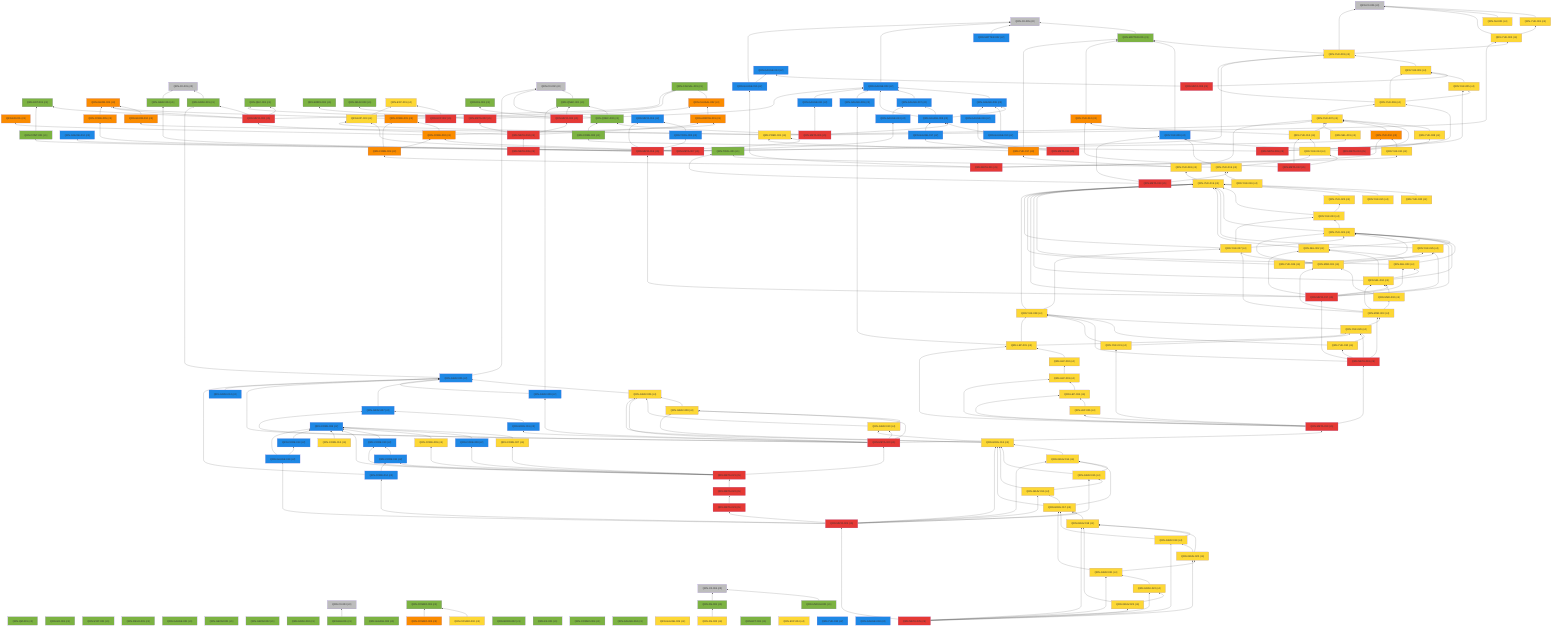
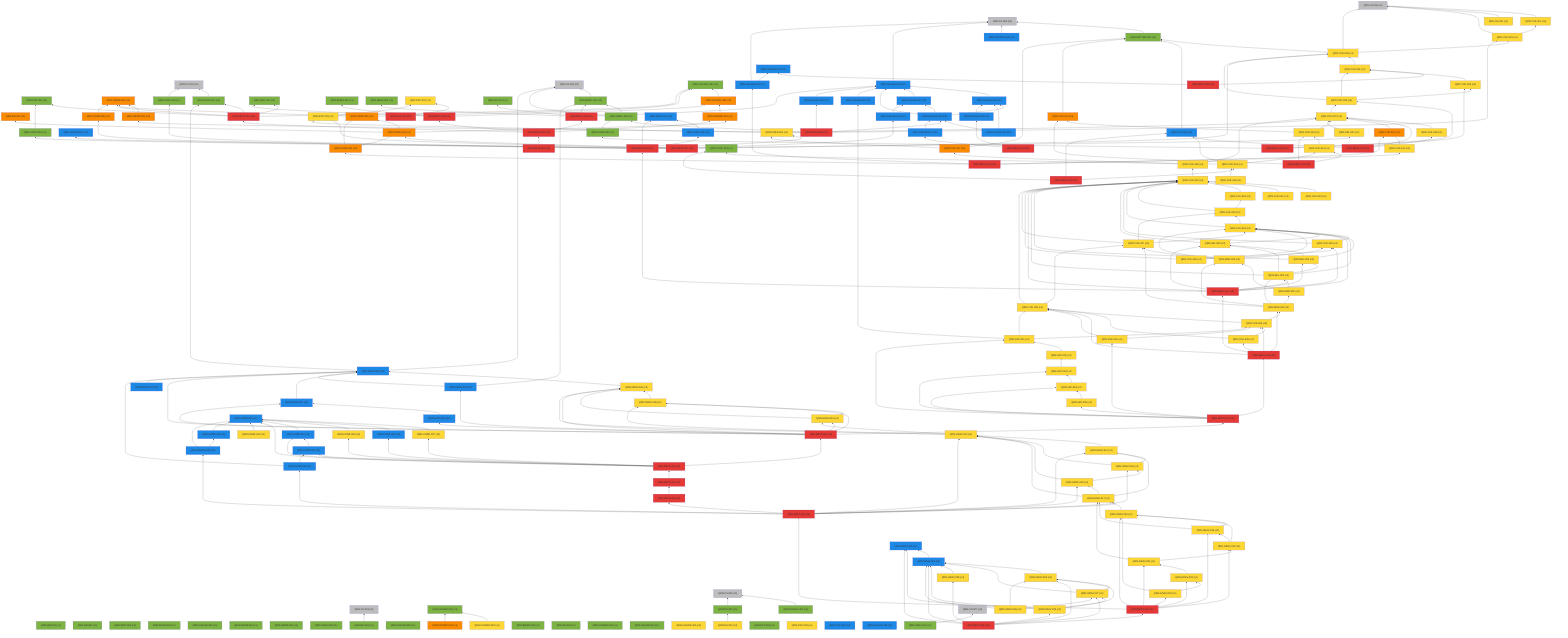
%% 自動生成 (dag/report.pl) — QRN 主張依存グラフ
graph BT
  QRN_C0_001["QRN-C0-001 (c0)"]:::c0
  QRN_C0_002["QRN-C0-002 (c0)"]:::c0
  QRN_C0_003["QRN-C0-003 (c0)"]:::c0
  QRN_C0_004["QRN-C0-004 (c0)"]:::c0
  QRN_C0_005["QRN-C0-005 (c0)"]:::c0
  QRN_C0_006["QRN-C0-006 (c0)"]:::c0
  QRN_QM_001["QRN-QM-001 (c1)"]:::c1
  QRN_GR_001["QRN-GR-001 (c1)"]:::c1
  QRN_STAT_001["QRN-STAT-001 (c1)"]:::c1
  QRN_FIELD_001["QRN-FIELD-001 (c1)"]:::c1
  QRN_GAUGE_001["QRN-GAUGE-001 (c1)"]:::c1
  QRN_ENT_001["QRN-ENT-001 (c1)"]:::c1
  QRN_GEOM_001["QRN-GEOM-001 (c1)"]:::c1
  QRN_GEOM_002["QRN-GEOM-002 (c1)"]:::c1
  QRN_GEOM_003["QRN-GEOM-003 (c3)"]:::c3
  QRN_GRAV_001["QRN-GRAV-001 (c1)"]:::c1
  QRN_GRAV_002["QRN-GRAV-002 (c1)"]:::c1
  QRN_BH_001["QRN-BH-001 (c1)"]:::c1
  QRN_CAUSAL_001["QRN-CAUSAL-001 (c1)"]:::c1
  QRN_CAUSAL_002["QRN-CAUSAL-002 (c3)"]:::c3
  QRN_ER_001["QRN-ER-001 (c3)"]:::c3
  QRN_QEC_001["QRN-QEC-001 (c1)"]:::c1
  QRN_GAUGE_002["QRN-GAUGE-002 (c1)"]:::c1
  QRN_COSMO_001["QRN-COSMO-001 (c1)"]:::c1
  QRN_COSMO_002["QRN-COSMO-002 (c4)"]:::c4
  QRN_COSMO_003["QRN-COSMO-003 (c3)"]:::c3
  QRN_BORN_001["QRN-BORN-001 (c1)"]:::c1
  QRN_BORN_002["QRN-BORN-002 (c1)"]:::c1
  QRN_GRAV_003["QRN-GRAV-003 (c1)"]:::c1
  QRN_KK_001["QRN-KK-001 (c1)"]:::c1
  QRN_MATTER_001["QRN-MATTER-001 (c1)"]:::c1
  QRN_MATTER_002["QRN-MATTER-002 (c2)"]:::c2
  QRN_COSMO_004["QRN-COSMO-004 (c1)"]:::c1
  QRN_EXP_001["QRN-EXP-001 (c4)"]:::c4
  QRN_GAUGE_003["QRN-GAUGE-003 (c2)"]:::c2
  QRN_GAUGE_004["QRN-GAUGE-004 (c1)"]:::c1
  QRN_GAUGE_005["QRN-GAUGE-005 (c4)"]:::c4
  QRN_YUK_001["QRN-YUK-001 (c4)"]:::c4
  QRN_RG_001["QRN-RG-001 (c1)"]:::c1
  QRN_UNRUH_001["QRN-UNRUH-001 (c1)"]:::c1
  QRN_QNEC_001["QRN-QNEC-001 (c1)"]:::c1
  QRN_NU_001["QRN-NU-001 (c4)"]:::c4
  QRN_GAUGE_006["QRN-GAUGE-006 (c2)"]:::c2
  QRN_DS_001["QRN-DS-001 (c1)"]:::c1
  QRN_DS_002["QRN-DS-002 (c4)"]:::c4
  QRN_ARROW_001["QRN-ARROW-001 (c3)"]:::c3
  QRN_GAUGE_007["QRN-GAUGE-007 (c2)"]:::c2
  QRN_EFT_001["QRN-EFT-001 (c1)"]:::c1
  QRN_GAUGE_008["QRN-GAUGE-008 (c2)"]:::c2
  QRN_GAUGE_009["QRN-GAUGE-009 (c2)"]:::c2
  QRN_GAUGE_010["QRN-GAUGE-010 (c2)"]:::c2
  QRN_QNEC_002["QRN-QNEC-002 (c1)"]:::c1
  QRN_GEOM_004["QRN-GEOM-004 (c3)"]:::c3
  QRN_YUK_002["QRN-YUK-002 (c4)"]:::c4
  QRN_EXP_002["QRN-EXP-002 (c5)"]:::c5
  QRN_CORE_001["QRN-CORE-001 (c3)"]:::c3
  QRN_GAUGE_011["QRN-GAUGE-011 (c2)"]:::c2
  QRN_GAUGE_012["QRN-GAUGE-012 (c2)"]:::c2
  QRN_YUK_003["QRN-YUK-003 (c4)"]:::c4
  QRN_EXP_003["QRN-EXP-003 (c4)"]:::c4
  QRN_CORE_002["QRN-CORE-002 (c3)"]:::c3
  QRN_GAUGE_013["QRN-GAUGE-013 (c2)"]:::c2
  QRN_YUK_004["QRN-YUK-004 (c4)"]:::c4
  QRN_GAUGE_014["QRN-GAUGE-014 (c2)"]:::c2
  QRN_META_001["QRN-META-001 (c5)"]:::c5
  QRN_META_002["QRN-META-002 (c5)"]:::c5
  QRN_META_003["QRN-META-003 (c5)"]:::c5
  QRN_META_004["QRN-META-004 (c5)"]:::c5
  QRN_META_005["QRN-META-005 (c5)"]:::c5
  QRN_META_006["QRN-META-006 (c5)"]:::c5
  QRN_META_007["QRN-META-007 (c5)"]:::c5
  QRN_META_008["QRN-META-008 (c5)"]:::c5
  QRN_YUK_005["QRN-YUK-005 (c4)"]:::c4
  QRN_YUK_006["QRN-YUK-006 (c4)"]:::c4
  QRN_CORE_003["QRN-CORE-003 (c1)"]:::c1
  QRN_META_009["QRN-META-009 (c5)"]:::c5
  QRN_YUK_007["QRN-YUK-007 (c4)"]:::c4
  QRN_YUK_008["QRN-YUK-008 (c4)"]:::c4
  QRN_YUK_009["QRN-YUK-009 (c2)"]:::c2
  QRN_META_010["QRN-META-010 (c5)"]:::c5
  QRN_GAUGE_015["QRN-GAUGE-015 (c2)"]:::c2
  QRN_YUK_010["QRN-YUK-010 (c3)"]:::c3
  QRN_YUK_011["QRN-YUK-011 (c4)"]:::c4
  QRN_CORE_004["QRN-CORE-004 (c3)"]:::c3
  QRN_META_011["QRN-META-011 (c5)"]:::c5
  QRN_YUK_012["QRN-YUK-012 (c3)"]:::c3
  QRN_YUK_013["QRN-YUK-013 (c4)"]:::c4
  QRN_YUK_014["QRN-YUK-014 (c4)"]:::c4
  QRN_META_012["QRN-META-012 (c5)"]:::c5
  QRN_TOOL_001["QRN-TOOL-001 (c1)"]:::c1
  QRN_YUK_015["QRN-YUK-015 (c4)"]:::c4
  QRN_META_013["QRN-META-013 (c5)"]:::c5
  QRN_GAUGE_016["QRN-GAUGE-016 (c2)"]:::c2
  QRN_GAUGE_017["QRN-GAUGE-017 (c2)"]:::c2
  QRN_META_014["QRN-META-014 (c5)"]:::c5
  QRN_META_015["QRN-META-015 (c2)"]:::c2
  QRN_TOOL_002["QRN-TOOL-002 (c2)"]:::c2
  QRN_CORE_005["QRN-CORE-005 (c3)"]:::c3
  QRN_CONT_001["QRN-CONT-001 (c1)"]:::c1
  QRN_SEL_001["QRN-SEL-001 (c4)"]:::c4
  QRN_GRAV_004["QRN-GRAV-004 (c1)"]:::c1
  QRN_PRED_001["QRN-PRED-001 (c4)"]:::c4
  QRN_META_016["QRN-META-016 (c5)"]:::c5
  QRN_YUK_016["QRN-YUK-016 (c4)"]:::c4
  QRN_YUK_017["QRN-YUK-017 (c3)"]:::c3
  QRN_YUK_018["QRN-YUK-018 (c4)"]:::c4
  QRN_YUK_019["QRN-YUK-019 (c4)"]:::c4
  QRN_YUK_020["QRN-YUK-020 (c4)"]:::c4
  QRN_YUK_021["QRN-YUK-021 (c4)"]:::c4
  QRN_YUK_022["QRN-YUK-022 (c4)"]:::c4
  QRN_YUK_023["QRN-YUK-023 (c4)"]:::c4
  QRN_YUK_024["QRN-YUK-024 (c4)"]:::c4
  QRN_YUK_025["QRN-YUK-025 (c4)"]:::c4
  QRN_SEL_002["QRN-SEL-002 (c4)"]:::c4
  QRN_SEL_003["QRN-SEL-003 (c4)"]:::c4
  QRN_SEL_004["QRN-SEL-004 (c4)"]:::c4
  QRN_META_017["QRN-META-017 (c5)"]:::c5
  QRN_YUK_026["QRN-YUK-026 (c4)"]:::c4
  QRN_YUK_027["QRN-YUK-027 (c4)"]:::c4
  QRN_MSR_001["QRN-MSR-001 (c4)"]:::c4
  QRN_MSR_002["QRN-MSR-002 (c4)"]:::c4
  QRN_MSR_003["QRN-MSR-003 (c4)"]:::c4
  QRN_YUK_028["QRN-YUK-028 (c4)"]:::c4
  QRN_YUK_029["QRN-YUK-029 (c4)"]:::c4
  QRN_YUK_030["QRN-YUK-030 (c4)"]:::c4
  QRN_META_018["QRN-META-018 (c5)"]:::c5
  QRN_YUK_031["QRN-YUK-031 (c4)"]:::c4
  QRN_LEP_001["QRN-LEP-001 (c4)"]:::c4
  QRN_LEP_002["QRN-LEP-002 (c4)"]:::c4
  QRN_LEP_003["QRN-LEP-003 (c4)"]:::c4
  QRN_LEP_004["QRN-LEP-004 (c4)"]:::c4
  QRN_LEP_005["QRN-LEP-005 (c4)"]:::c4
  QRN_META_019["QRN-META-019 (c5)"]:::c5
  QRN_GRAV_005["QRN-GRAV-005 (c2)"]:::c2
  QRN_GRAV_006["QRN-GRAV-006 (c4)"]:::c4
  QRN_GRAV_007["QRN-GRAV-007 (c2)"]:::c2
  QRN_GRAV_008["QRN-GRAV-008 (c4)"]:::c4
  QRN_GRAV_009["QRN-GRAV-009 (c2)"]:::c2
  QRN_GRAV_010["QRN-GRAV-010 (c4)"]:::c4
  QRN_GRAV_011["QRN-GRAV-011 (c2)"]:::c2
  QRN_META_020["QRN-META-020 (c5)"]:::c5
  QRN_CORE_006["QRN-CORE-006 (c2)"]:::c2
  QRN_CORE_007["QRN-CORE-007 (c4)"]:::c4
  QRN_CORE_008["QRN-CORE-008 (c2)"]:::c2
  QRN_CORE_009["QRN-CORE-009 (c4)"]:::c4
  QRN_CORE_010["QRN-CORE-010 (c2)"]:::c2
  QRN_CORE_011["QRN-CORE-011 (c2)"]:::c2
  QRN_META_021["QRN-META-021 (c5)"]:::c5
  QRN_CORE_012["QRN-CORE-012 (c4)"]:::c4
  QRN_EXP_004["QRN-EXP-004 (c4)"]:::c4
  QRN_CORE_013["QRN-CORE-013 (c2)"]:::c2
  QRN_GRAV_012["QRN-GRAV-012 (c2)"]:::c2
  QRN_YUK_032["QRN-YUK-032 (c2)"]:::c2
  QRN_GAUGE_018["QRN-GAUGE-018 (c2)"]:::c2
  QRN_META_022["QRN-META-022 (c5)"]:::c5
  QRN_META_023["QRN-META-023 (c5)"]:::c5
  QRN_CORE_014["QRN-CORE-014 (c2)"]:::c2
  QRN_GRAV_013["QRN-GRAV-013 (c4)"]:::c4
  QRN_GRAV_014["QRN-GRAV-014 (c4)"]:::c4
  QRN_GRAV_015["QRN-GRAV-015 (c4)"]:::c4
  QRN_GRAV_016["QRN-GRAV-016 (c4)"]:::c4
  QRN_GRAV_017["QRN-GRAV-017 (c4)"]:::c4
  QRN_GAUGE_019["QRN-GAUGE-019 (c2)"]:::c2
  QRN_META_024["QRN-META-024 (c5)"]:::c5
  QRN_GRAV_018["QRN-GRAV-018 (c4)"]:::c4
  QRN_GRAV_019["QRN-GRAV-019 (c4)"]:::c4
  QRN_GRAV_020["QRN-GRAV-020 (c4)"]:::c4
  QRN_GRAV_021["QRN-GRAV-021 (c4)"]:::c4
  QRN_GRAV_022["QRN-GRAV-022 (c4)"]:::c4
  QRN_GRAV_023["QRN-GRAV-023 (c4)"]:::c4
  QRN_META_025["QRN-META-025 (c5)"]:::c5
+   QRN_GRAV_024["QRN-GRAV-024 (c2)"]:::c2
+   QRN_GRAV_025["QRN-GRAV-025 (c2)"]:::c2
+   QRN_GRAV_026["QRN-GRAV-026 (c4)"]:::c4
+   QRN_GRAV_027["QRN-GRAV-027 (c4)"]:::c4
+   QRN_GRAV_028["QRN-GRAV-028 (c4)"]:::c4
+   QRN_GRAV_029["QRN-GRAV-029 (c4)"]:::c4
+   QRN_META_026["QRN-META-026 (c5)"]:::c5
+   QRN_GRAV_030["QRN-GRAV-030 (c4)"]:::c4
+   QRN_C0_007["QRN-C0-007 (c0)"]:::c0
+   QRN_GRAV_031["QRN-GRAV-031 (c1)"]:::c1
  QRN_GRAV_001 --> QRN_C0_001
  QRN_BH_001 --> QRN_C0_003
  QRN_CAUSAL_002 --> QRN_CAUSAL_001
  QRN_COSMO_002 --> QRN_COSMO_001
  QRN_COSMO_003 --> QRN_COSMO_001
  QRN_MATTER_001 --> QRN_C0_005
  QRN_MATTER_002 --> QRN_C0_005
  QRN_GAUGE_003 --> QRN_C0_005
  QRN_YUK_001 --> QRN_C0_006
  QRN_UNRUH_001 --> QRN_C0_004
  QRN_QNEC_001 --> QRN_C0_002
  QRN_NU_001 --> QRN_C0_006
  QRN_GAUGE_006 --> QRN_GAUGE_003
  QRN_DS_001 --> QRN_C0_004
  QRN_DS_002 --> QRN_DS_001
  QRN_ARROW_001 --> QRN_CAUSAL_002
  QRN_GAUGE_007 --> QRN_GAUGE_003
  QRN_GAUGE_008 --> QRN_GAUGE_003
  QRN_GAUGE_008 --> QRN_GAUGE_006
  QRN_GAUGE_008 --> QRN_GAUGE_007
  QRN_GAUGE_009 --> QRN_GAUGE_003
  QRN_GAUGE_010 --> QRN_GAUGE_006
  QRN_GAUGE_010 --> QRN_GAUGE_008
  QRN_QNEC_002 --> QRN_C0_002
  QRN_QNEC_002 --> QRN_QNEC_001
  QRN_GEOM_004 --> QRN_GEOM_003
  QRN_YUK_002 --> QRN_C0_006
  QRN_YUK_002 --> QRN_YUK_001
  QRN_EXP_002 --> QRN_EXP_001
  QRN_CORE_001 --> QRN_GEOM_003
  QRN_CORE_001 --> QRN_CAUSAL_001
  QRN_GAUGE_011 --> QRN_GAUGE_003
  QRN_YUK_003 --> QRN_C0_006
  QRN_YUK_003 --> QRN_MATTER_001
  QRN_YUK_003 --> QRN_YUK_002
  QRN_EXP_003 --> QRN_EXP_001
  QRN_CORE_002 --> QRN_CORE_001
  QRN_CORE_002 --> QRN_ER_001
  QRN_CORE_002 --> QRN_ARROW_001
  QRN_GAUGE_013 --> QRN_GAUGE_007
  QRN_YUK_004 --> QRN_YUK_003
  QRN_META_001 --> QRN_GEOM_003
  QRN_META_001 --> QRN_GRAV_001
  QRN_META_001 --> QRN_CAUSAL_001
  QRN_META_001 --> QRN_QEC_001
  QRN_META_001 --> QRN_ENT_001
  QRN_META_002 --> QRN_QEC_001
  QRN_META_002 --> QRN_BORN_001
  QRN_META_002 --> QRN_CAUSAL_002
  QRN_META_003 --> QRN_GAUGE_003
  QRN_META_003 --> QRN_RG_001
  QRN_META_003 --> QRN_QNEC_001
  QRN_META_003 --> QRN_GRAV_003
  QRN_META_004 --> QRN_META_001
  QRN_META_004 --> QRN_META_002
  QRN_META_004 --> QRN_META_003
  QRN_META_004 --> QRN_ARROW_001
  QRN_META_005 --> QRN_META_004
  QRN_META_006 --> QRN_GAUGE_008
  QRN_META_006 --> QRN_QNEC_002
  QRN_META_006 --> QRN_GEOM_004
  QRN_META_006 --> QRN_YUK_002
  QRN_META_006 --> QRN_GAUGE_011
  QRN_META_007 --> QRN_GAUGE_012
  QRN_META_007 --> QRN_YUK_003
  QRN_META_007 --> QRN_EXP_003
  QRN_META_007 --> QRN_CORE_002
  QRN_META_007 --> QRN_GAUGE_013
  QRN_META_008 --> QRN_YUK_004
  QRN_META_008 --> QRN_GAUGE_014
  QRN_YUK_005 --> QRN_YUK_004
  QRN_YUK_006 --> QRN_YUK_003
  QRN_YUK_006 --> QRN_YUK_004
  QRN_YUK_006 --> QRN_YUK_005
  QRN_CORE_003 --> QRN_QNEC_002
  QRN_META_009 --> QRN_YUK_005
  QRN_META_009 --> QRN_YUK_006
  QRN_META_009 --> QRN_CORE_003
  QRN_YUK_007 --> QRN_YUK_006
  QRN_YUK_008 --> QRN_YUK_007
  QRN_YUK_009 --> QRN_MATTER_001
  QRN_META_010 --> QRN_YUK_007
  QRN_META_010 --> QRN_YUK_008
  QRN_META_010 --> QRN_YUK_009
  QRN_GAUGE_015 --> QRN_C0_005
  QRN_GAUGE_015 --> QRN_GAUGE_014
  QRN_YUK_010 --> QRN_YUK_007
  QRN_YUK_011 --> QRN_YUK_010
  QRN_CORE_004 --> QRN_CORE_001
  QRN_CORE_004 --> QRN_CORE_002
  QRN_META_011 --> QRN_GAUGE_015
  QRN_META_011 --> QRN_YUK_010
  QRN_META_011 --> QRN_YUK_011
  QRN_META_011 --> QRN_CORE_004
  QRN_YUK_012 --> QRN_MATTER_001
  QRN_YUK_013 --> QRN_YUK_012
  QRN_YUK_013 --> QRN_YUK_007
  QRN_YUK_014 --> QRN_YUK_013
  QRN_META_012 --> QRN_YUK_012
  QRN_META_012 --> QRN_YUK_013
  QRN_META_012 --> QRN_YUK_014
  QRN_YUK_015 --> QRN_YUK_014
  QRN_YUK_015 --> QRN_TOOL_001
  QRN_YUK_015 --> QRN_YUK_009
  QRN_META_013 --> QRN_YUK_015
  QRN_META_013 --> QRN_TOOL_001
  QRN_META_013 --> QRN_YUK_009
  QRN_GAUGE_016 --> QRN_GAUGE_006
  QRN_GAUGE_017 --> QRN_GAUGE_008
  QRN_META_014 --> QRN_GAUGE_016
  QRN_META_014 --> QRN_GAUGE_017
  QRN_TOOL_002 --> QRN_META_015
  QRN_CORE_005 --> QRN_GEOM_003
  QRN_CONT_001 --> QRN_ENT_001
  QRN_SEL_001 --> QRN_YUK_007
  QRN_GRAV_004 --> QRN_C0_001
  QRN_PRED_001 --> QRN_YUK_007
  QRN_PRED_001 --> QRN_EXP_003
  QRN_META_016 --> QRN_META_015
  QRN_META_016 --> QRN_TOOL_002
  QRN_META_016 --> QRN_CORE_005
  QRN_META_016 --> QRN_CONT_001
  QRN_META_016 --> QRN_SEL_001
  QRN_META_016 --> QRN_GRAV_004
  QRN_META_016 --> QRN_PRED_001
  QRN_YUK_016 --> QRN_YUK_015
  QRN_YUK_017 --> QRN_MATTER_001
  QRN_YUK_017 --> QRN_PRED_001
  QRN_YUK_018 --> QRN_YUK_017
  QRN_YUK_018 --> QRN_YUK_007
  QRN_YUK_019 --> QRN_YUK_018
  QRN_YUK_020 --> QRN_YUK_019
  QRN_YUK_021 --> QRN_YUK_019
  QRN_YUK_022 --> QRN_YUK_019
  QRN_YUK_023 --> QRN_YUK_019
  QRN_YUK_023 --> QRN_YUK_022
  QRN_YUK_024 --> QRN_YUK_019
  QRN_YUK_024 --> QRN_YUK_023
  QRN_YUK_025 --> QRN_YUK_019
  QRN_YUK_025 --> QRN_YUK_024
  QRN_SEL_002 --> QRN_YUK_019
  QRN_SEL_002 --> QRN_YUK_024
  QRN_SEL_003 --> QRN_YUK_019
  QRN_SEL_003 --> QRN_YUK_024
  QRN_SEL_003 --> QRN_SEL_002
  QRN_SEL_004 --> QRN_YUK_019
  QRN_SEL_004 --> QRN_YUK_024
  QRN_SEL_004 --> QRN_SEL_002
  QRN_SEL_004 --> QRN_SEL_003
  QRN_META_017 --> QRN_META_016
  QRN_META_017 --> QRN_YUK_019
  QRN_META_017 --> QRN_YUK_024
  QRN_META_017 --> QRN_YUK_025
  QRN_META_017 --> QRN_SEL_002
  QRN_META_017 --> QRN_SEL_003
  QRN_META_017 --> QRN_SEL_004
  QRN_YUK_026 --> QRN_YUK_019
  QRN_YUK_026 --> QRN_YUK_024
  QRN_YUK_026 --> QRN_YUK_025
  QRN_YUK_027 --> QRN_YUK_019
  QRN_YUK_027 --> QRN_YUK_023
  QRN_YUK_027 --> QRN_YUK_024
  QRN_MSR_001 --> QRN_YUK_024
  QRN_MSR_001 --> QRN_YUK_025
  QRN_MSR_001 --> QRN_YUK_027
  QRN_MSR_002 --> QRN_SEL_004
  QRN_MSR_002 --> QRN_MSR_001
  QRN_MSR_003 --> QRN_MSR_001
  QRN_MSR_003 --> QRN_MSR_002
  QRN_MSR_003 --> QRN_SEL_004
  QRN_MSR_003 --> QRN_YUK_027
  QRN_YUK_028 --> QRN_YUK_019
  QRN_YUK_028 --> QRN_YUK_027
  QRN_YUK_029 --> QRN_YUK_028
  QRN_YUK_029 --> QRN_MSR_003
  QRN_YUK_030 --> QRN_YUK_028
  QRN_YUK_030 --> QRN_YUK_029
  QRN_META_018 --> QRN_META_017
  QRN_META_018 --> QRN_MSR_003
  QRN_META_018 --> QRN_YUK_028
  QRN_META_018 --> QRN_YUK_029
  QRN_META_018 --> QRN_YUK_030
  QRN_YUK_031 --> QRN_YUK_028
  QRN_YUK_031 --> QRN_YUK_029
  QRN_LEP_001 --> QRN_YUK_028
  QRN_LEP_001 --> QRN_YUK_029
  QRN_LEP_001 --> QRN_GAUGE_009
  QRN_LEP_002 --> QRN_LEP_001
  QRN_LEP_003 --> QRN_LEP_002
  QRN_LEP_004 --> QRN_LEP_003
  QRN_LEP_005 --> QRN_LEP_004
  QRN_META_019 --> QRN_META_018
  QRN_META_019 --> QRN_YUK_031
  QRN_META_019 --> QRN_LEP_001
  QRN_META_019 --> QRN_LEP_003
  QRN_META_019 --> QRN_LEP_004
  QRN_META_019 --> QRN_LEP_005
  QRN_GRAV_005 --> QRN_C0_002
  QRN_GRAV_005 --> QRN_GRAV_001
  QRN_GRAV_006 --> QRN_GRAV_005
  QRN_GRAV_007 --> QRN_GRAV_005
  QRN_GRAV_008 --> QRN_GRAV_006
  QRN_GRAV_009 --> QRN_GRAV_005
  QRN_GRAV_009 --> QRN_QNEC_001
  QRN_GRAV_010 --> QRN_GRAV_006
  QRN_GRAV_010 --> QRN_GRAV_008
  QRN_GRAV_011 --> QRN_GRAV_007
  QRN_META_020 --> QRN_META_019
  QRN_META_020 --> QRN_GRAV_005
  QRN_META_020 --> QRN_GRAV_006
  QRN_META_020 --> QRN_GRAV_007
  QRN_META_020 --> QRN_GRAV_008
  QRN_META_020 --> QRN_GRAV_009
  QRN_META_020 --> QRN_GRAV_010
  QRN_META_020 --> QRN_GRAV_011
  QRN_CORE_007 --> QRN_CORE_006
  QRN_CORE_008 --> QRN_CORE_006
  QRN_CORE_009 --> QRN_CORE_006
  QRN_CORE_010 --> QRN_CORE_006
  QRN_CORE_011 --> QRN_CORE_010
  QRN_META_021 --> QRN_META_020
  QRN_META_021 --> QRN_CORE_006
  QRN_META_021 --> QRN_CORE_007
  QRN_META_021 --> QRN_CORE_008
  QRN_META_021 --> QRN_CORE_009
  QRN_META_021 --> QRN_CORE_010
  QRN_META_021 --> QRN_CORE_011
  QRN_CORE_012 --> QRN_CORE_006
  QRN_CORE_013 --> QRN_CORE_006
  QRN_GRAV_012 --> QRN_GRAV_005
  QRN_META_022 --> QRN_META_021
  QRN_META_023 --> QRN_META_022
  QRN_CORE_014 --> QRN_CORE_011
  QRN_CORE_014 --> QRN_GRAV_005
  QRN_GRAV_013 --> QRN_GRAV_006
  QRN_GRAV_013 --> QRN_GRAV_008
  QRN_GRAV_013 --> QRN_GRAV_010
  QRN_GRAV_014 --> QRN_GRAV_013
  QRN_GRAV_015 --> QRN_GRAV_013
  QRN_GRAV_015 --> QRN_GRAV_014
  QRN_GRAV_016 --> QRN_GRAV_013
  QRN_GRAV_016 --> QRN_GRAV_015
  QRN_GRAV_017 --> QRN_GRAV_013
  QRN_GRAV_017 --> QRN_GRAV_014
  QRN_GRAV_017 --> QRN_GRAV_016
  QRN_GAUGE_019 --> QRN_CORE_006
  QRN_GAUGE_019 --> QRN_CORE_013
  QRN_META_024 --> QRN_CORE_014
  QRN_META_024 --> QRN_GRAV_013
  QRN_META_024 --> QRN_GRAV_014
  QRN_META_024 --> QRN_GRAV_015
  QRN_META_024 --> QRN_GRAV_016
  QRN_META_024 --> QRN_GRAV_017
  QRN_META_024 --> QRN_GAUGE_019
  QRN_META_024 --> QRN_META_023
  QRN_GRAV_018 --> QRN_GRAV_017
  QRN_GRAV_019 --> QRN_GRAV_017
  QRN_GRAV_019 --> QRN_GRAV_018
  QRN_GRAV_020 --> QRN_GRAV_018
  QRN_GRAV_020 --> QRN_GRAV_019
  QRN_GRAV_021 --> QRN_GRAV_017
  QRN_GRAV_021 --> QRN_GRAV_020
  QRN_GRAV_022 --> QRN_GRAV_021
  QRN_GRAV_023 --> QRN_GRAV_018
  QRN_GRAV_023 --> QRN_GRAV_022
  QRN_META_025 --> QRN_GRAV_018
  QRN_META_025 --> QRN_GRAV_019
  QRN_META_025 --> QRN_GRAV_020
  QRN_META_025 --> QRN_GRAV_021
  QRN_META_025 --> QRN_GRAV_022
  QRN_META_025 --> QRN_GRAV_023
  QRN_META_025 --> QRN_META_024
+   QRN_GRAV_025 --> QRN_GRAV_024
+   QRN_GRAV_026 --> QRN_GRAV_025
+   QRN_GRAV_027 --> QRN_GRAV_025
+   QRN_GRAV_027 --> QRN_GRAV_026
+   QRN_GRAV_028 --> QRN_GRAV_025
+   QRN_GRAV_029 --> QRN_GRAV_024
+   QRN_GRAV_029 --> QRN_GRAV_025
+   QRN_GRAV_029 --> QRN_GRAV_026
+   QRN_GRAV_029 --> QRN_GRAV_027
+   QRN_META_026 --> QRN_GRAV_024
+   QRN_META_026 --> QRN_GRAV_025
+   QRN_META_026 --> QRN_GRAV_026
+   QRN_META_026 --> QRN_GRAV_027
+   QRN_META_026 --> QRN_GRAV_028
+   QRN_META_026 --> QRN_GRAV_029
+   QRN_META_026 --> QRN_META_025
+   QRN_GRAV_030 --> QRN_GRAV_025
+   QRN_GRAV_030 --> QRN_GRAV_026
+   QRN_GRAV_030 --> QRN_GRAV_027
+   QRN_GRAV_031 --> QRN_C0_007
  classDef c0 fill:#bdbdbd
  classDef c1 fill:#7cb342
  classDef c2 fill:#1e88e5
  classDef c3 fill:#fb8c00
  classDef c4 fill:#fdd835
  classDef c5 fill:#e53935
